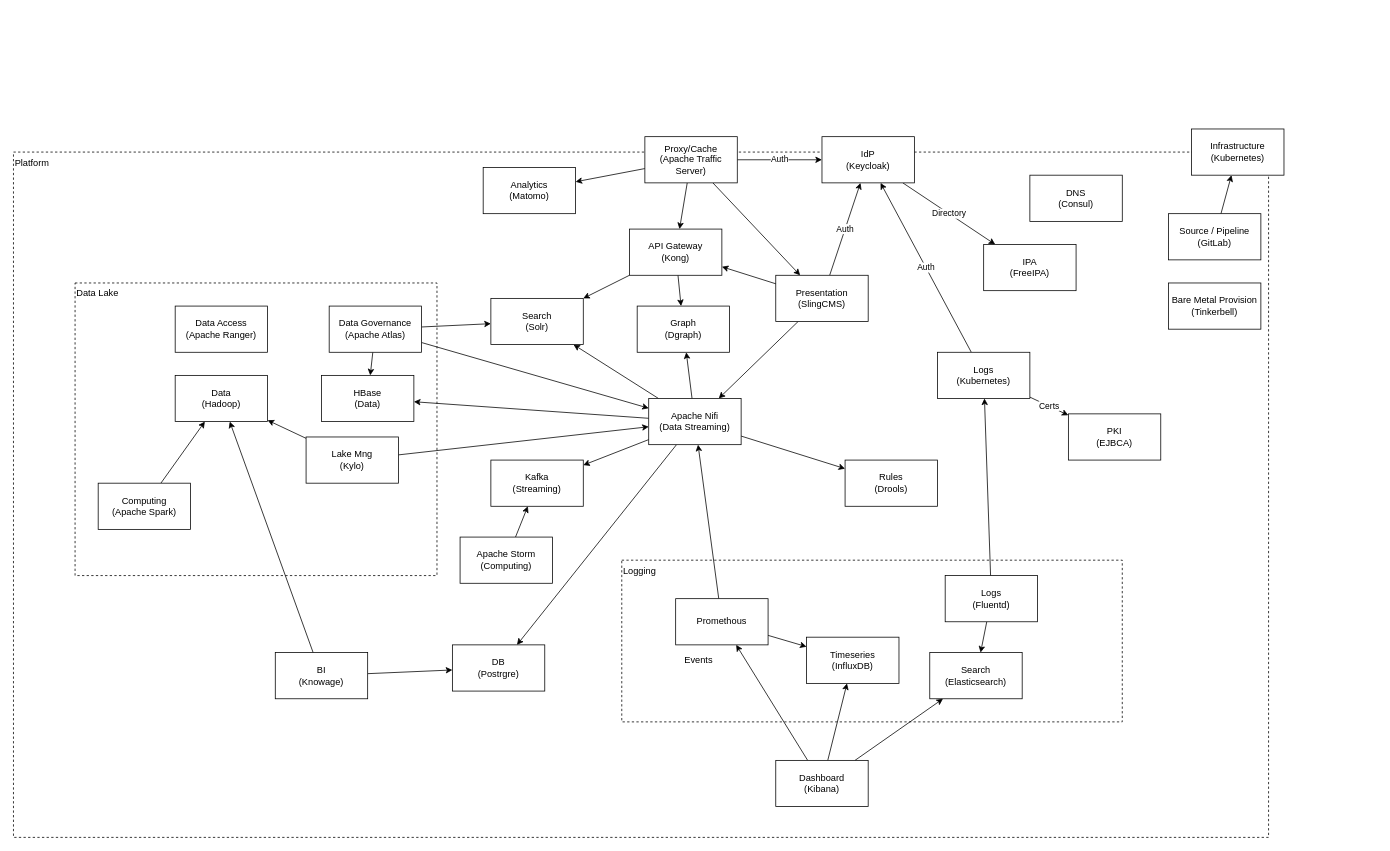
Earlier version of the draw.io diagram _gxp/diagrams/GXP-Architecture.drawio (governance-foundation/governance.foundation). Source tidied: cells renumbered, new cells numbered last; positions are measured from the earlier drawing's top-left corner, leaving out a move shared by most shapes. Both pictures are drawn from the tidied source at 77%, with x=0, y=0 at pixel (13, 129).
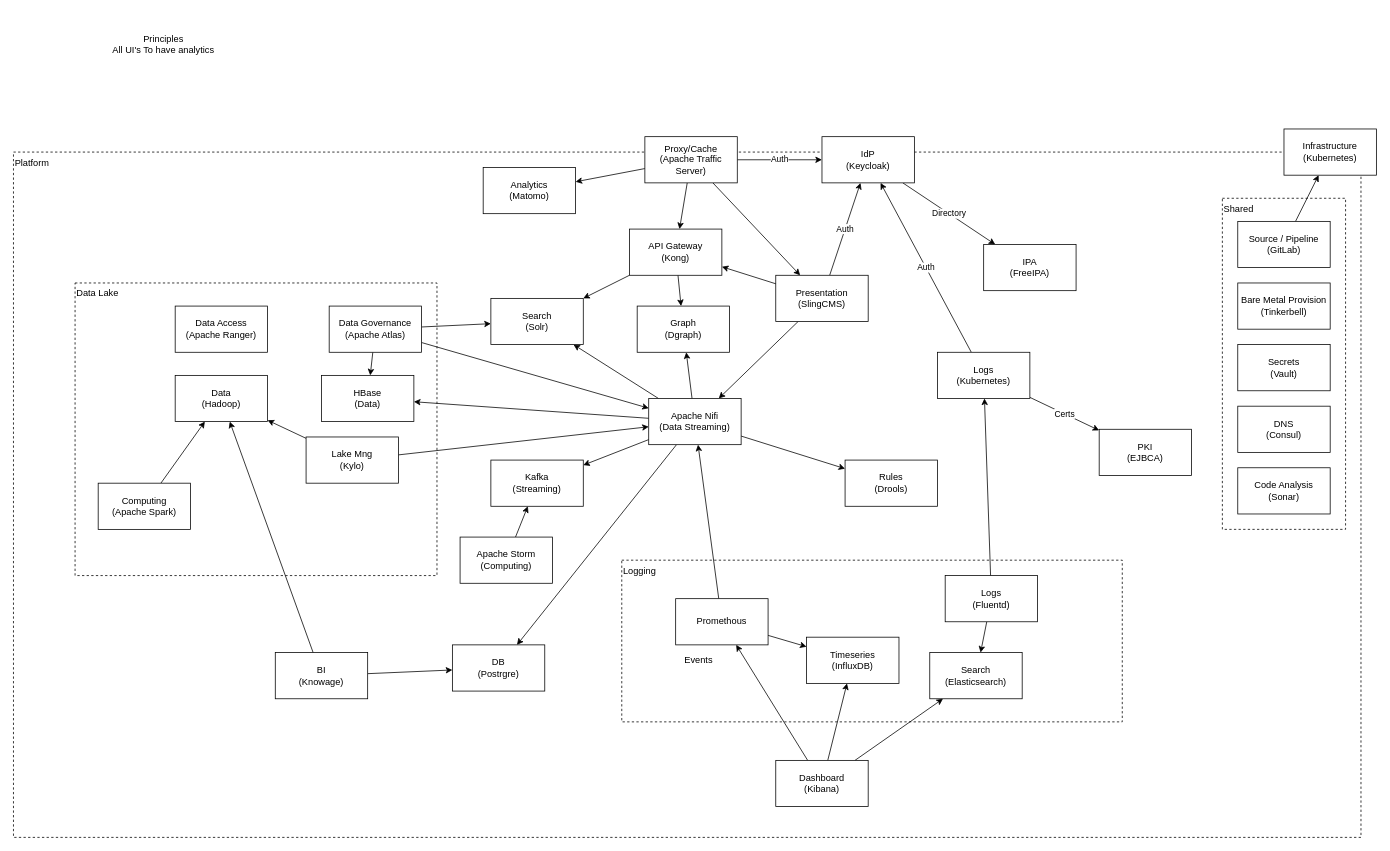
Above is the later version.

What changed in the source:
```diff
@@
     <mxCell id="2" value="Platform" style="rounded=0;whiteSpace=wrap;html=1;fillColor=none;dashed=1;align=left;verticalAlign=top;" parent="1" vertex="1">
-      <mxGeometry y="30" width="1630" height="890" as="geometry" />
+      <mxGeometry y="30" width="1750" height="890" as="geometry" />
     </mxCell>
+    <mxCell id="72" value="Shared" style="rounded=0;whiteSpace=wrap;html=1;fillColor=none;dashed=1;verticalAlign=top;align=left;" parent="1" vertex="1">
+      <mxGeometry x="1570" y="90" width="160" height="430" as="geometry" />
+    </mxCell>
@@
     <mxCell id="51" value="&lt;div&gt;PKI&lt;/div&gt;&lt;div&gt;(EJBCA)&lt;/div&gt;" style="rounded=0;whiteSpace=wrap;html=1;" parent="1" vertex="1">
-      <mxGeometry x="1370" y="370" width="120" height="60" as="geometry" />
+      <mxGeometry x="1410" y="390" width="120" height="60" as="geometry" />
     </mxCell>
@@
     <mxCell id="63" value="&lt;div&gt;DNS&lt;/div&gt;&lt;div&gt;(Consul)&lt;/div&gt;" style="rounded=0;whiteSpace=wrap;html=1;" parent="1" vertex="1">
-      <mxGeometry x="1320" y="60" width="120" height="60" as="geometry" />
+      <mxGeometry x="1590" y="360" width="120" height="60" as="geometry" />
     </mxCell>
@@
     <mxCell id="69" value="&lt;div&gt;Source / Pipeline&lt;br&gt;&lt;/div&gt;&lt;div&gt;(GitLab)&lt;/div&gt;" style="rounded=0;whiteSpace=wrap;html=1;" parent="1" vertex="1">
-      <mxGeometry x="1500" y="110" width="120" height="60" as="geometry" />
+      <mxGeometry x="1590" y="120" width="120" height="60" as="geometry" />
     </mxCell>
     <mxCell id="70" value="&lt;div&gt;Infrastructure&lt;/div&gt;&lt;div&gt;(Kubernetes)&lt;/div&gt;" style="rounded=0;whiteSpace=wrap;html=1;" parent="1" vertex="1">
-      <mxGeometry x="1530" width="120" height="60" as="geometry" />
+      <mxGeometry x="1650" width="120" height="60" as="geometry" />
     </mxCell>
     <mxCell id="71" value="&lt;div&gt;Bare Metal Provision&lt;/div&gt;&lt;div&gt;(Tinkerbell)&lt;/div&gt;" style="rounded=0;whiteSpace=wrap;html=1;" parent="1" vertex="1">
-      <mxGeometry x="1500" y="200" width="120" height="60" as="geometry" />
+      <mxGeometry x="1590" y="200" width="120" height="60" as="geometry" />
     </mxCell>
+    <mxCell id="73" value="&lt;div&gt;Secrets&lt;/div&gt;&lt;div&gt;(Vault)&lt;/div&gt;" style="rounded=0;whiteSpace=wrap;html=1;" parent="1" vertex="1">
+      <mxGeometry x="1590" y="280" width="120" height="60" as="geometry" />
+    </mxCell>
+    <mxCell id="74" value="&lt;div&gt;Code Analysis&lt;/div&gt;&lt;div&gt;(Sonar)&lt;/div&gt;" style="rounded=0;whiteSpace=wrap;html=1;" parent="1" vertex="1">
+      <mxGeometry x="1590" y="440" width="120" height="60" as="geometry" />
+    </mxCell>
+    <mxCell id="75" value="Principles&lt;br&gt;All UI's To have analytics" style="text;html=1;strokeColor=none;fillColor=none;align=center;verticalAlign=middle;whiteSpace=wrap;rounded=0;" parent="1" vertex="1">
+      <mxGeometry x="110" y="-150" width="170" height="80" as="geometry" />
+    </mxCell>
```
